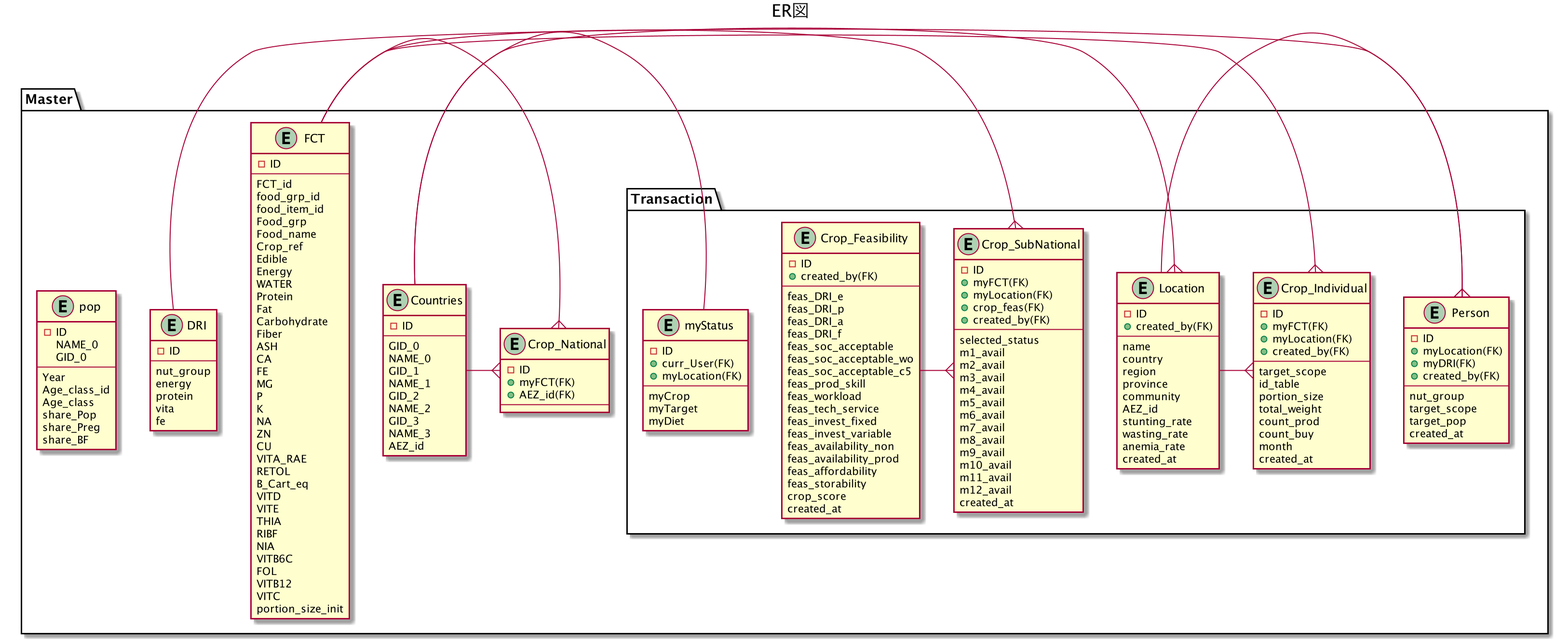
Earlier version of the PlantUML export myApp/static/ULM/ER02.png (snakada1615/ifna_pwa02).
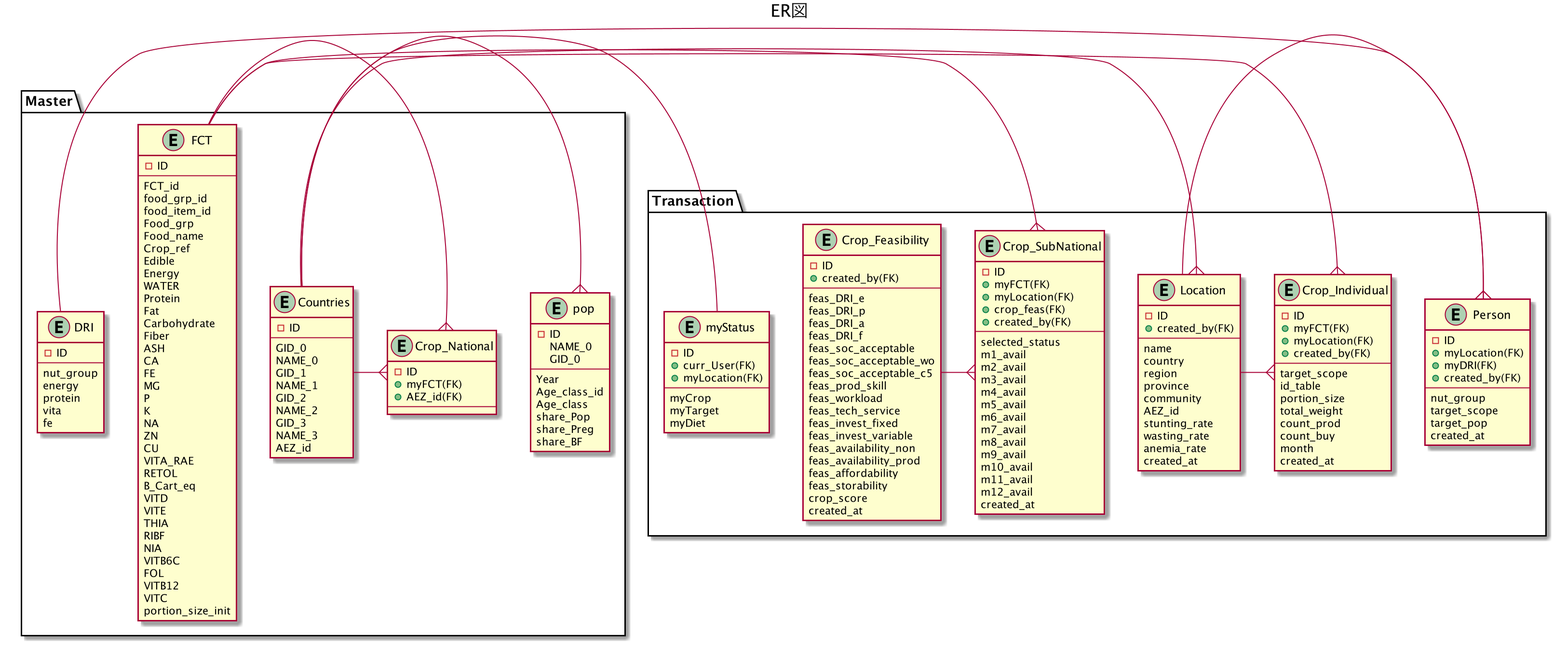
The same diagram one commit later.

Diff of the diagram source:
```diff
@@ -80,7 +80,7 @@
     share_Preg
     share_BF
   }
-
+}
 package "Transaction" {
   entity Crop_Feasibility {
     - ID
@@ -180,6 +180,7 @@
 
 }
 Countries -{ Location
+Countries -{ pop
 Location -{ Person
 Countries -{ Crop_National
 FCT -{ Crop_National
```
